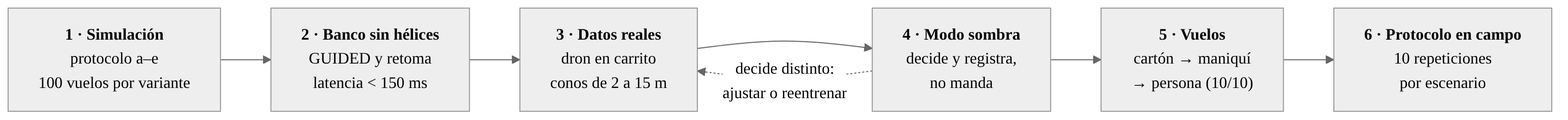
Earlier version of the Mermaid export docs/documento/diagramas/03_experimento.png (brahianorrego/Tesis-IA-Drone). Its source is kept beside it as docs/documento/diagramas/03_experimento.mmd.
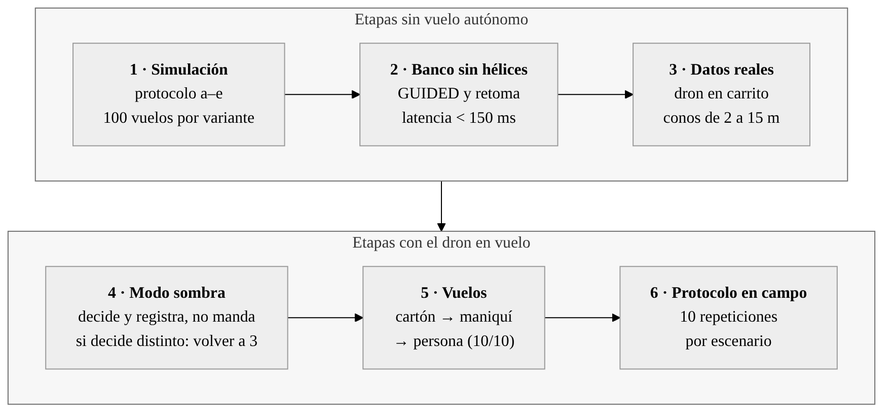
Above is the later version.

What changed in the source:
```diff
@@ -1,7 +1,10 @@
-flowchart LR
-    A["<b>1 · Simulación</b><br/>protocolo a–e<br/>100 vuelos por variante"] --> B["<b>2 · Banco sin hélices</b><br/>GUIDED y retoma<br/>latencia &lt; 150 ms"]
-    B --> C["<b>3 · Datos reales</b><br/>dron en carrito<br/>conos de 2 a 15 m"]
-    C --> D["<b>4 · Modo sombra</b><br/>decide y registra,<br/>no manda"]
-    D --> E["<b>5 · Vuelos</b><br/>cartón → maniquí<br/>→ persona (10/10)"]
-    E --> F["<b>6 · Protocolo en campo</b><br/>10 repeticiones<br/>por escenario"]
-    D -. "decide distinto:<br/>ajustar o reentrenar" .-> C
+flowchart TB
+    subgraph R1["Etapas sin vuelo autónomo"]
+        direction LR
+        A["<b>1 · Simulación</b><br/>protocolo a–e<br/>100 vuelos por variante"] --> B["<b>2 · Banco sin hélices</b><br/>GUIDED y retoma<br/>latencia &lt; 150 ms"] --> C["<b>3 · Datos reales</b><br/>dron en carrito<br/>conos de 2 a 15 m"]
+    end
+    subgraph R2["Etapas con el dron en vuelo"]
+        direction LR
+        D["<b>4 · Modo sombra</b><br/>decide y registra, no manda<br/>si decide distinto: volver a 3"] --> E["<b>5 · Vuelos</b><br/>cartón → maniquí<br/>→ persona (10/10)"] --> F["<b>6 · Protocolo en campo</b><br/>10 repeticiones<br/>por escenario"]
+    end
+    R1 --> R2
```
